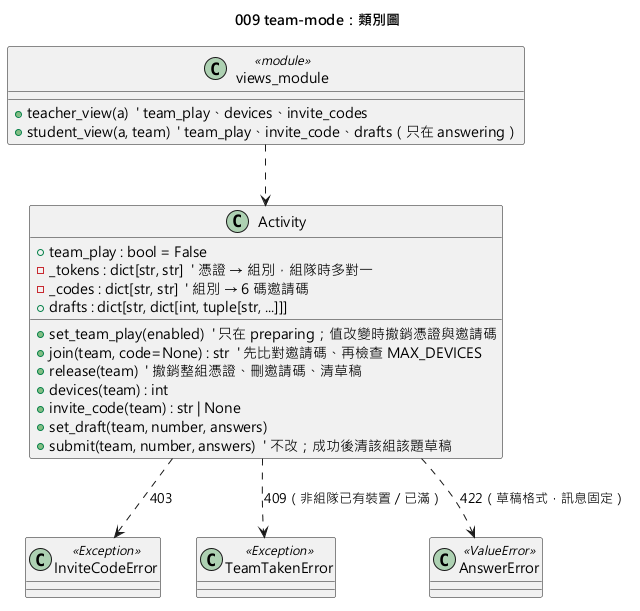
The PlantUML diagram diagrams/009-team-mode-class.png in yue083139/software_fin-speckit, before a commit. The source it was exported from:
```plantuml
@startuml 009-team-mode-class
skinparamlocked defaultFontName Microsoft JhengHei
title 009 team-mode：類別圖

class Activity {
  + team_play : bool = False
  - _tokens : dict[str, str]  ' 憑證 → 組別，組隊時多對一
  - _codes : dict[str, str]  ' 組別 → 6 碼邀請碼
  + drafts : dict[str, dict[int, tuple[str, ...]]]
  + set_team_play(enabled)  ' 只在 preparing；值改變時撤銷憑證與邀請碼
  + join(team, code=None) : str  ' 先比對邀請碼、再檢查 MAX_DEVICES
  + release(team)  ' 撤銷整組憑證、刪邀請碼、清草稿
  + devices(team) : int
  + invite_code(team) : str | None
  + set_draft(team, number, answers)
  + submit(team, number, answers)  ' 不改；成功後清該組該題草稿
}

class InviteCodeError <<Exception>>
class TeamTakenError <<Exception>>
class AnswerError <<ValueError>>

class views_module <<module>> {
  + teacher_view(a)  ' team_play、devices、invite_codes
  + student_view(a, team)  ' team_play、invite_code、drafts（只在 answering）
}

Activity ..> InviteCodeError : 403
Activity ..> TeamTakenError : 409（非組隊已有裝置／已滿）
Activity ..> AnswerError : 422（草稿格式，訊息固定）
views_module ..> Activity
@enduml
```
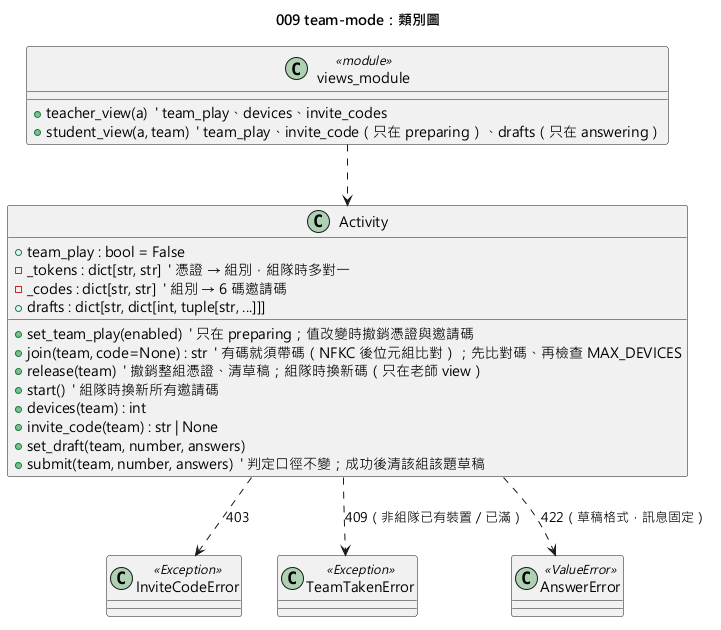
After the change.

Commit message:
docs(specs): 009 規格與圖表 v1.1（提案輪評審） [CORE]

Change to the diagram source:
```diff
@@ -8,12 +8,13 @@
   - _codes : dict[str, str]  ' 組別 → 6 碼邀請碼
   + drafts : dict[str, dict[int, tuple[str, ...]]]
   + set_team_play(enabled)  ' 只在 preparing；值改變時撤銷憑證與邀請碼
-  + join(team, code=None) : str  ' 先比對邀請碼、再檢查 MAX_DEVICES
-  + release(team)  ' 撤銷整組憑證、刪邀請碼、清草稿
+  + join(team, code=None) : str  ' 有碼就須帶碼（NFKC 後位元組比對）；先比對碼、再檢查 MAX_DEVICES
+  + release(team)  ' 撤銷整組憑證、清草稿；組隊時換新碼（只在老師 view）
+  + start()  ' 組隊時換新所有邀請碼
   + devices(team) : int
   + invite_code(team) : str | None
   + set_draft(team, number, answers)
-  + submit(team, number, answers)  ' 不改；成功後清該組該題草稿
+  + submit(team, number, answers)  ' 判定口徑不變；成功後清該組該題草稿
 }
 
 class InviteCodeError <<Exception>>
@@ -22,7 +23,7 @@
 
 class views_module <<module>> {
   + teacher_view(a)  ' team_play、devices、invite_codes
-  + student_view(a, team)  ' team_play、invite_code、drafts（只在 answering）
+  + student_view(a, team)  ' team_play、invite_code（只在 preparing）、drafts（只在 answering）
 }
 
 Activity ..> InviteCodeError : 403
```
